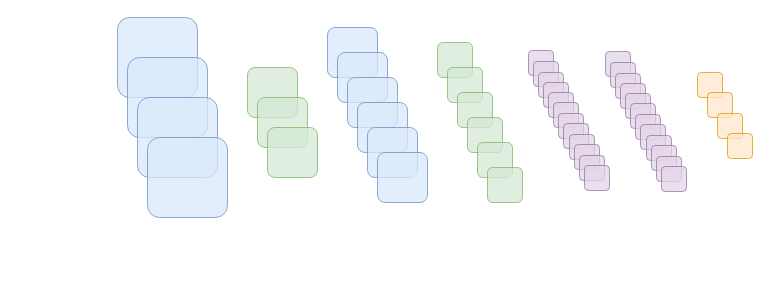
This is CNN.drawio from Zhou-AY/hello-world, a draw.io file, before an edit. Source tidied: cells renumbered, new cells numbered last; positions are measured from the earlier drawing's top-left corner, leaving out a move shared by most shapes. Both pictures are drawn from the tidied source at 100%, with x=0, y=0 at pixel (117, 17). Pictures stored in the file or linked from it are replaced by grey dashed boxes.
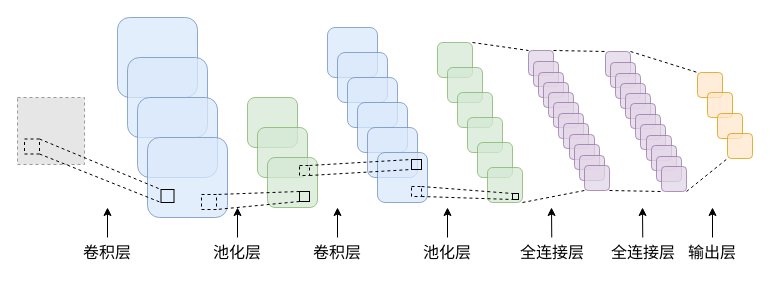
Above is the later version.

Unchanged cells that the change refers to:
```xml
<mxCell id="15" style="rounded=1;whiteSpace=wrap;html=1;fillColor=#d5e8d4;strokeColor=#82b366;opacity=75;" parent="1" vertex="1">
  <mxGeometry x="320" y="25" width="35" height="35" as="geometry" />
</mxCell>
<mxCell id="20" style="rounded=1;whiteSpace=wrap;html=1;fillColor=#d5e8d4;strokeColor=#82b366;opacity=75;" parent="1" vertex="1">
  <mxGeometry x="370" y="150" width="35" height="35" as="geometry" />
</mxCell>
<mxCell id="21" style="rounded=1;whiteSpace=wrap;html=1;fillColor=#e1d5e7;strokeColor=#9673a6;opacity=75;" parent="1" vertex="1">
  <mxGeometry x="411" y="33" width="25" height="25" as="geometry" />
</mxCell>
<mxCell id="32" style="rounded=1;whiteSpace=wrap;html=1;fillColor=#e1d5e7;strokeColor=#9673a6;opacity=75;" parent="1" vertex="1">
  <mxGeometry x="467" y="148" width="25" height="25" as="geometry" />
</mxCell>
<mxCell id="33" style="rounded=1;whiteSpace=wrap;html=1;fillColor=#e1d5e7;strokeColor=#9673a6;opacity=75;" parent="1" vertex="1">
  <mxGeometry x="488" y="34" width="25" height="25" as="geometry" />
</mxCell>
<mxCell id="44" style="rounded=1;whiteSpace=wrap;html=1;fillColor=#e1d5e7;strokeColor=#9673a6;opacity=75;" parent="1" vertex="1">
  <mxGeometry x="544" y="149" width="25" height="25" as="geometry" />
</mxCell>
<mxCell id="45" style="rounded=1;whiteSpace=wrap;html=1;fillColor=#ffe6cc;strokeColor=#d79b00;opacity=75;" parent="1" vertex="1">
  <mxGeometry x="580" y="55" width="25" height="25" as="geometry" />
</mxCell>
<mxCell id="48" style="rounded=1;whiteSpace=wrap;html=1;fillColor=#ffe6cc;strokeColor=#d79b00;opacity=75;" parent="1" vertex="1">
  <mxGeometry x="610" y="116" width="25" height="25" as="geometry" />
</mxCell>
```

The edit, as a diff of the source:
```diff
@@
     <mxCell id="5" style="rounded=1;whiteSpace=wrap;html=1;fillColor=#d5e8d4;strokeColor=#82b366;opacity=75;" parent="1" vertex="1">
-      <mxGeometry x="130" y="50" width="50" height="50" as="geometry" />
+      <mxGeometry x="130" y="80" width="50" height="50" as="geometry" />
     </mxCell>
@@
     <mxCell id="7" style="rounded=1;whiteSpace=wrap;html=1;fillColor=#d5e8d4;strokeColor=#82b366;opacity=75;" parent="1" vertex="1">
-      <mxGeometry x="140" y="80" width="50" height="50" as="geometry" />
+      <mxGeometry x="140" y="110" width="50" height="50" as="geometry" />
     </mxCell>
     <mxCell id="8" style="rounded=1;whiteSpace=wrap;html=1;fillColor=#d5e8d4;strokeColor=#82b366;opacity=75;" parent="1" vertex="1">
-      <mxGeometry x="150" y="110" width="50" height="50" as="geometry" />
+      <mxGeometry x="150" y="140" width="50" height="50" as="geometry" />
     </mxCell>
@@
+    <mxCell id="49" value="&lt;font style=&quot;font-size: 16px;&quot;&gt;卷积层&lt;/font&gt;" style="text;html=1;strokeColor=none;fillColor=none;align=center;verticalAlign=middle;whiteSpace=wrap;rounded=0;" parent="1" vertex="1">
+      <mxGeometry x="-40" y="220" width="60" height="30" as="geometry" />
+    </mxCell>
+    <mxCell id="50" value="&lt;font style=&quot;font-size: 16px;&quot;&gt;池化层&lt;/font&gt;" style="text;html=1;strokeColor=none;fillColor=none;align=center;verticalAlign=middle;whiteSpace=wrap;rounded=0;" parent="1" vertex="1">
+      <mxGeometry x="90" y="220" width="60" height="30" as="geometry" />
+    </mxCell>
+    <mxCell id="51" value="&lt;font style=&quot;font-size: 16px;&quot;&gt;卷积层&lt;/font&gt;" style="text;html=1;strokeColor=none;fillColor=none;align=center;verticalAlign=middle;whiteSpace=wrap;rounded=0;" parent="1" vertex="1">
+      <mxGeometry x="190" y="220" width="60" height="30" as="geometry" />
+    </mxCell>
+    <mxCell id="52" value="&lt;font style=&quot;font-size: 16px;&quot;&gt;池化层&lt;/font&gt;" style="text;html=1;strokeColor=none;fillColor=none;align=center;verticalAlign=middle;whiteSpace=wrap;rounded=0;" parent="1" vertex="1">
+      <mxGeometry x="300" y="220" width="60" height="30" as="geometry" />
+    </mxCell>
+    <mxCell id="53" value="&lt;font style=&quot;font-size: 16px;&quot;&gt;全连接层&lt;/font&gt;" style="text;html=1;strokeColor=none;fillColor=none;align=center;verticalAlign=middle;whiteSpace=wrap;rounded=0;" parent="1" vertex="1">
+      <mxGeometry x="398.5" y="220" width="71.5" height="30" as="geometry" />
+    </mxCell>
+    <mxCell id="54" value="&lt;font style=&quot;font-size: 16px;&quot;&gt;全连接层&lt;/font&gt;" style="text;html=1;strokeColor=none;fillColor=none;align=center;verticalAlign=middle;whiteSpace=wrap;rounded=0;" parent="1" vertex="1">
+      <mxGeometry x="490.5" y="220" width="69.5" height="30" as="geometry" />
+    </mxCell>
+    <mxCell id="55" value="&lt;font style=&quot;font-size: 16px;&quot;&gt;输出层&lt;/font&gt;" style="text;html=1;strokeColor=none;fillColor=none;align=center;verticalAlign=middle;whiteSpace=wrap;rounded=0;" parent="1" vertex="1">
+      <mxGeometry x="565" y="220" width="60" height="30" as="geometry" />
+    </mxCell>
+    <mxCell id="56" style="endArrow=classic;html=1;rounded=0;exitX=0.5;exitY=0;exitDx=0;exitDy=0;" parent="1" edge="1" source="49">
+      <mxGeometry relative="1" as="geometry">
+        <mxPoint x="-10" y="190" as="targetPoint" />
+      </mxGeometry>
+    </mxCell>
+    <mxCell id="57" style="endArrow=classic;html=1;rounded=0;exitX=0.5;exitY=0;exitDx=0;exitDy=0;" parent="1" edge="1" source="50">
+      <mxGeometry relative="1" as="geometry">
+        <mxPoint x="120" y="190" as="targetPoint" />
+      </mxGeometry>
+    </mxCell>
+    <mxCell id="58" style="endArrow=classic;html=1;rounded=0;exitX=0.5;exitY=0;exitDx=0;exitDy=0;" parent="1" edge="1" source="51">
+      <mxGeometry relative="1" as="geometry">
+        <mxPoint x="220" y="190" as="targetPoint" />
+      </mxGeometry>
+    </mxCell>
+    <mxCell id="59" style="endArrow=classic;html=1;rounded=0;exitX=0.5;exitY=0;exitDx=0;exitDy=0;" parent="1" edge="1" source="52">
+      <mxGeometry relative="1" as="geometry">
+        <mxPoint x="330" y="190" as="targetPoint" />
+      </mxGeometry>
+    </mxCell>
+    <mxCell id="60" style="endArrow=classic;html=1;rounded=0;exitX=0.5;exitY=0;exitDx=0;exitDy=0;" parent="1" edge="1" source="53">
+      <mxGeometry relative="1" as="geometry">
+        <mxPoint x="434" y="190" as="targetPoint" />
+      </mxGeometry>
+    </mxCell>
+    <mxCell id="61" style="endArrow=classic;html=1;rounded=0;exitX=0.5;exitY=0;exitDx=0;exitDy=0;" parent="1" edge="1" source="54">
+      <mxGeometry relative="1" as="geometry">
+        <mxPoint x="525" y="190" as="targetPoint" />
+      </mxGeometry>
+    </mxCell>
+    <mxCell id="62" style="endArrow=classic;html=1;rounded=0;exitX=0.5;exitY=0;exitDx=0;exitDy=0;" parent="1" edge="1" source="55">
+      <mxGeometry relative="1" as="geometry">
+        <mxPoint x="595" y="190" as="targetPoint" />
+      </mxGeometry>
+    </mxCell>
+    <mxCell id="63" style="whiteSpace=wrap;html=1;dashed=1;fillColor=none;" parent="1" vertex="1">
+      <mxGeometry x="84" y="177" width="15" height="15" as="geometry" />
+    </mxCell>
+    <mxCell id="64" style="whiteSpace=wrap;html=1;fillColor=none;" parent="1" vertex="1">
+      <mxGeometry x="182" y="174" width="10" height="10" as="geometry" />
+    </mxCell>
+    <mxCell id="65" style="endArrow=none;dashed=1;html=1;rounded=0;entryX=1;entryY=0;entryDx=0;entryDy=0;exitX=0;exitY=0;exitDx=0;exitDy=0;" parent="1" edge="1" source="64" target="63">
+      <mxGeometry relative="1" as="geometry" />
+    </mxCell>
+    <mxCell id="66" style="endArrow=none;dashed=1;html=1;rounded=0;entryX=1;entryY=1;entryDx=0;entryDy=0;exitX=0;exitY=1;exitDx=0;exitDy=0;" parent="1" edge="1" source="64" target="63">
+      <mxGeometry relative="1" as="geometry" />
+    </mxCell>
+    <mxCell id="67" style="whiteSpace=wrap;html=1;fillColor=none;dashed=1;" parent="1" vertex="1">
+      <mxGeometry x="182" y="148" width="10" height="10" as="geometry" />
+    </mxCell>
+    <mxCell id="68" style="whiteSpace=wrap;html=1;fillColor=none;" parent="1" vertex="1">
+      <mxGeometry x="294" y="142" width="10" height="10" as="geometry" />
+    </mxCell>
+    <mxCell id="69" style="endArrow=none;dashed=1;html=1;rounded=0;entryX=0;entryY=1;entryDx=0;entryDy=0;exitX=1;exitY=1;exitDx=0;exitDy=0;" parent="1" edge="1" source="67" target="68">
+      <mxGeometry relative="1" as="geometry" />
+    </mxCell>
+    <mxCell id="70" style="endArrow=none;dashed=1;html=1;rounded=0;entryX=0;entryY=0;entryDx=0;entryDy=0;exitX=1;exitY=0;exitDx=0;exitDy=0;" parent="1" edge="1" source="67" target="68">
+      <mxGeometry relative="1" as="geometry" />
+    </mxCell>
+    <mxCell id="71" style="endArrow=none;dashed=1;html=1;rounded=0;exitX=1;exitY=0;exitDx=0;exitDy=0;entryX=0;entryY=0;entryDx=0;entryDy=0;" parent="1" edge="1" source="15" target="21">
+      <mxGeometry relative="1" as="geometry" />
+    </mxCell>
+    <mxCell id="72" style="endArrow=none;dashed=1;html=1;rounded=0;entryX=0;entryY=1;entryDx=0;entryDy=0;exitX=1;exitY=1;exitDx=0;exitDy=0;" parent="1" edge="1" source="20" target="32">
+      <mxGeometry relative="1" as="geometry" />
+    </mxCell>
+    <mxCell id="73" style="endArrow=none;dashed=1;html=1;rounded=0;exitX=1;exitY=0;exitDx=0;exitDy=0;entryX=0;entryY=0;entryDx=0;entryDy=0;" parent="1" edge="1" source="21" target="33">
+      <mxGeometry relative="1" as="geometry" />
+    </mxCell>
+    <mxCell id="74" style="endArrow=none;dashed=1;html=1;rounded=0;entryX=0;entryY=1;entryDx=0;entryDy=0;exitX=1;exitY=1;exitDx=0;exitDy=0;" parent="1" edge="1" source="32" target="44">
+      <mxGeometry relative="1" as="geometry" />
+    </mxCell>
+    <mxCell id="75" style="endArrow=none;dashed=1;html=1;rounded=0;exitX=1;exitY=0;exitDx=0;exitDy=0;entryX=0;entryY=0;entryDx=0;entryDy=0;" parent="1" edge="1" source="33" target="45">
+      <mxGeometry relative="1" as="geometry" />
+    </mxCell>
+    <mxCell id="76" style="endArrow=none;dashed=1;html=1;rounded=0;exitX=1;exitY=1;exitDx=0;exitDy=0;entryX=0;entryY=1;entryDx=0;entryDy=0;" parent="1" edge="1" source="44" target="48">
+      <mxGeometry relative="1" as="geometry" />
+    </mxCell>
+    <mxCell id="77" style="whiteSpace=wrap;html=1;fillColor=none;dashed=1;" parent="1" vertex="1">
+      <mxGeometry x="294" y="169" width="10" height="10" as="geometry" />
+    </mxCell>
+    <mxCell id="78" style="whiteSpace=wrap;html=1;fillColor=none;" parent="1" vertex="1">
+      <mxGeometry x="395" y="176" width="6" height="6" as="geometry" />
+    </mxCell>
+    <mxCell id="79" style="endArrow=none;dashed=1;html=1;rounded=0;entryX=0;entryY=0;entryDx=0;entryDy=0;exitX=1;exitY=0;exitDx=0;exitDy=0;" parent="1" edge="1" source="77" target="78">
+      <mxGeometry relative="1" as="geometry" />
+    </mxCell>
+    <mxCell id="80" style="endArrow=none;dashed=1;html=1;rounded=0;entryX=0;entryY=1;entryDx=0;entryDy=0;exitX=1;exitY=1;exitDx=0;exitDy=0;" parent="1" edge="1" source="77" target="78">
+      <mxGeometry relative="1" as="geometry" />
+    </mxCell>
+    <mxCell id="81" style="fillColor=#E6E6E6;strokeColor=#999999;dashed=1;verticalLabelPosition=bottom;labelBackgroundColor=default;verticalAlign=top;" parent="1" vertex="1">
+      <mxGeometry x="-100" y="80" width="67" height="67" as="geometry" />
+    </mxCell>
+    <mxCell id="82" style="whiteSpace=wrap;html=1;dashed=1;fillColor=none;" parent="1" vertex="1">
+      <mxGeometry x="-93" y="121.5" width="15" height="15" as="geometry" />
+    </mxCell>
+    <mxCell id="83" style="whiteSpace=wrap;html=1;fillColor=none;" parent="1" vertex="1">
+      <mxGeometry x="43.5" y="172" width="13" height="13" as="geometry" />
+    </mxCell>
+    <mxCell id="84" style="endArrow=none;dashed=1;html=1;rounded=0;entryX=0;entryY=0;entryDx=0;entryDy=0;exitX=1;exitY=0;exitDx=0;exitDy=0;" parent="1" edge="1" source="82" target="83">
+      <mxGeometry relative="1" as="geometry" />
+    </mxCell>
+    <mxCell id="85" style="endArrow=none;dashed=1;html=1;rounded=0;entryX=0;entryY=1;entryDx=0;entryDy=0;exitX=1;exitY=1;exitDx=0;exitDy=0;" parent="1" edge="1" source="82" target="83">
+      <mxGeometry relative="1" as="geometry" />
+    </mxCell>
```
